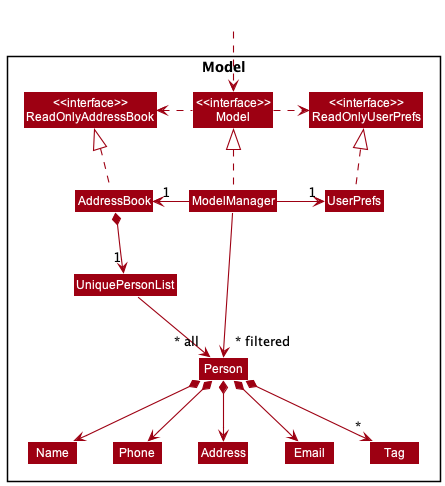
Above: docs/images/ModelClassDiagram.png in nus-cs2103-AY2223S1/tp (PlantUML), before the change.
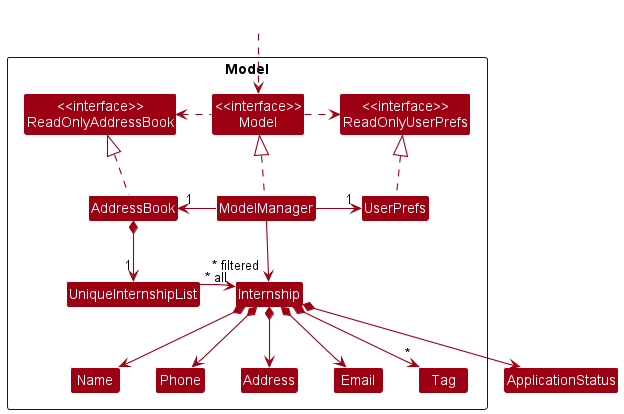
Later version of the same file.

What changed in the source:
```diff
@@ -12,8 +12,8 @@
 Class ModelManager
 Class UserPrefs
 
-Class UniquePersonList
-Class Person
+Class UniqueInternshipList
+Class Internship
 Class Address
 Class Email
 Class Name
@@ -34,17 +34,20 @@
 ModelManager -right-> "1" UserPrefs
 UserPrefs .up.|> ReadOnlyUserPrefs
 
-AddressBook *--> "1" UniquePersonList
-UniquePersonList --> "~* all" Person
-Person *--> Name
-Person *--> Phone
-Person *--> Email
-Person *--> Address
-Person *--> "*" Tag
+AddressBook *--> "1" UniqueInternshipList
+UniqueInternshipList -[hidden]right-> "~* all" Internship
+UniqueInternshipList --> "~* all" Internship
+Internship *--> Name
+Internship *--> Phone
+Internship *--> Email
+Internship *--> Address
+Internship *--> ApplicationStatus
+Internship *--> "*" Tag
 
 Name -[hidden]right-> Phone
 Phone -[hidden]right-> Address
 Address -[hidden]right-> Email
+Email -[hidden]right-> ApplicationStatus
 
-ModelManager -->"~* filtered" Person
+ModelManager -->"~* filtered" Internship
 @enduml
```
